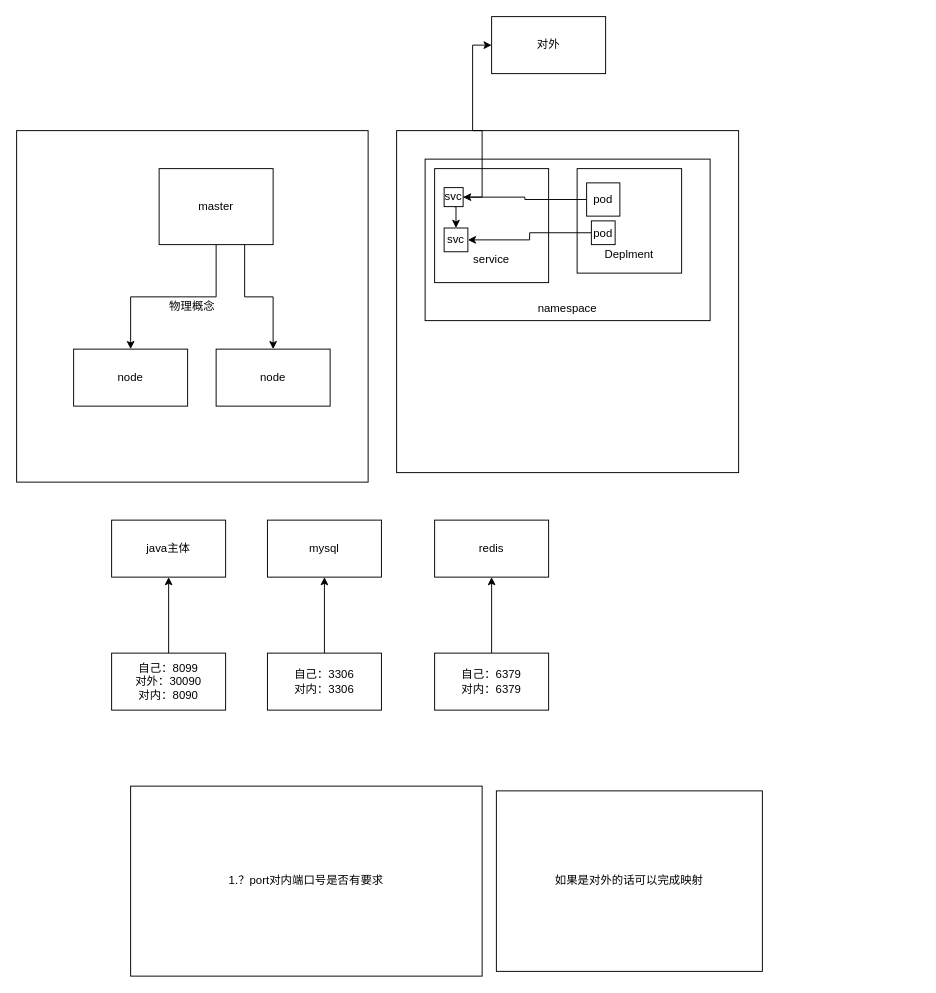
Before: Untitled Diagram.drawio in shenkuoboluo/picture, a draw.io diagram. Source tidied: cells renumbered, new cells numbered last; positions are measured from the earlier drawing's top-left corner, leaving out a move shared by most shapes. Both pictures are drawn from the tidied source at 95%, with x=0, y=0 at pixel (16, 16).
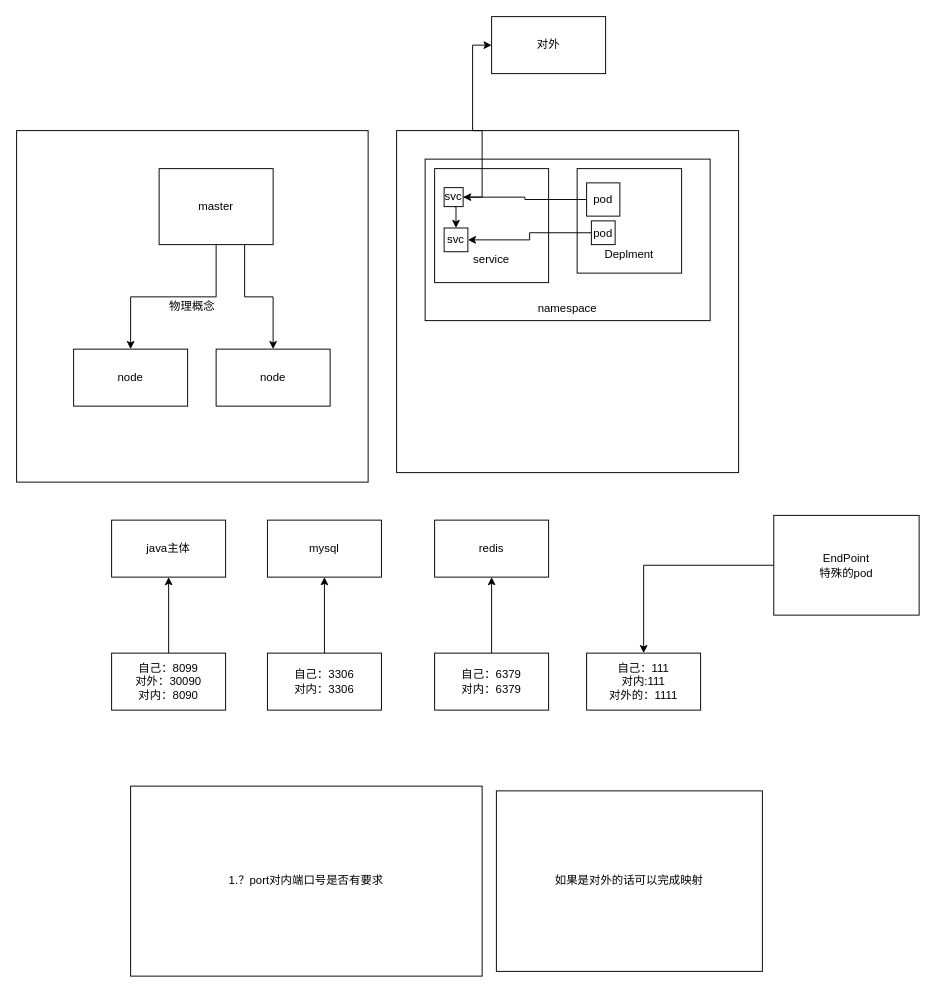
After the change.

What changed in the source:
```diff
@@
+    <mxCell id="32" value="自己：111&lt;br&gt;对内:111&lt;br&gt;对外的：1111" style="rounded=0;whiteSpace=wrap;html=1;" parent="1" vertex="1">
+      <mxGeometry x="600" y="670" width="120" height="60" as="geometry" />
+    </mxCell>
+    <mxCell id="33" style="edgeStyle=orthogonalEdgeStyle;rounded=0;jettySize=auto;html=1;entryX=0.5;entryY=0;entryDx=0;entryDy=0;" parent="1" edge="1" source="34" target="32">
+      <mxGeometry relative="1" as="geometry" />
+    </mxCell>
+    <mxCell id="34" value="EndPoint&lt;br&gt;特殊的pod" style="rounded=0;whiteSpace=wrap;html=1;" parent="1" vertex="1">
+      <mxGeometry x="797" y="525" width="153" height="105" as="geometry" />
+    </mxCell>
```
